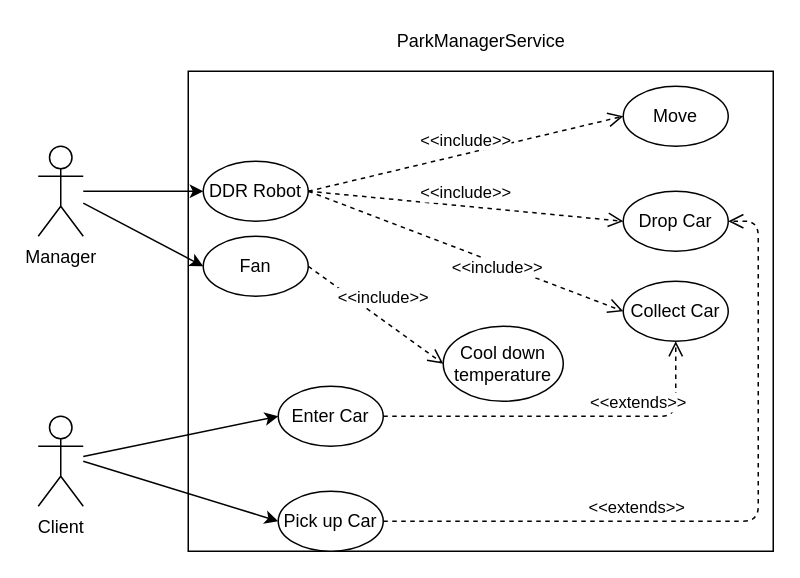
Above: userDocs/img/requirement_analysis_model.drawio in LM-96/ParkManagerService (draw.io), before the change. Source tidied: cells renumbered, new cells numbered last; positions are measured from the earlier drawing's top-left corner, leaving out a move shared by most shapes. Both pictures are drawn from the tidied source at 150%, with x=0, y=0 at pixel (38, 26).
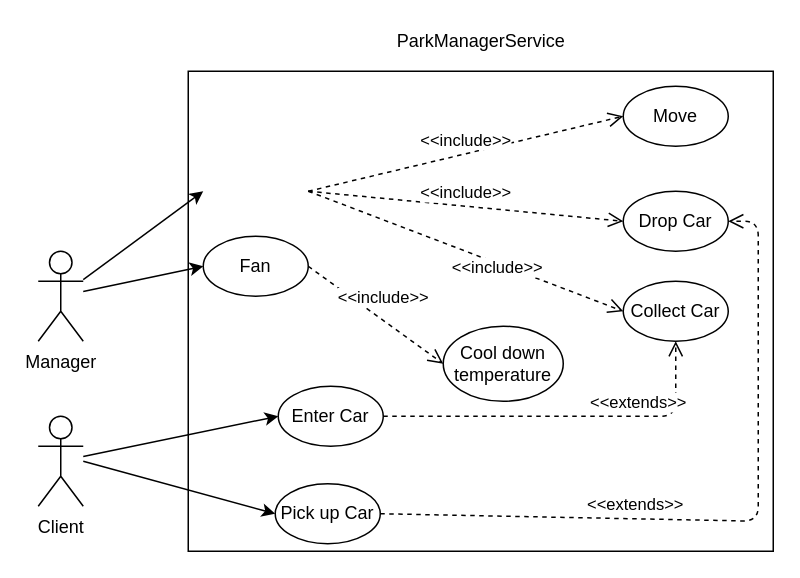
The same diagram, later.

Commit message (it also covers changes not shown here):
add elements in requirement analysis

The change refers to these unchanged cells:
```xml
<mxCell id="9" value="Collect Car" style="ellipse;whiteSpace=wrap;html=1;" parent="1" vertex="1">
  <mxGeometry x="390" y="170" width="70" height="40" as="geometry" />
</mxCell>
<mxCell id="10" value="Move" style="ellipse;whiteSpace=wrap;html=1;" parent="1" vertex="1">
  <mxGeometry x="390" y="40" width="70" height="40" as="geometry" />
</mxCell>
<mxCell id="20" value="Drop Car" style="ellipse;whiteSpace=wrap;html=1;" parent="1" vertex="1">
  <mxGeometry x="390" y="110" width="70" height="40" as="geometry" />
</mxCell>
```

The edit, as a diff of the source:
```diff
@@
     <mxCell id="6" value="Pick up Car" style="ellipse;whiteSpace=wrap;html=1;" parent="1" vertex="1">
-      <mxGeometry x="160" y="310" width="70" height="40" as="geometry" />
+      <mxGeometry x="158" y="305" width="70" height="40" as="geometry" />
     </mxCell>
     <mxCell id="7" value="Manager" style="shape=umlActor;verticalLabelPosition=bottom;verticalAlign=top;html=1;" parent="1" vertex="1">
-      <mxGeometry y="80" width="30" height="60" as="geometry" />
+      <mxGeometry y="150" width="30" height="60" as="geometry" />
     </mxCell>
-    <mxCell id="8" value="DDR Robot" style="ellipse;whiteSpace=wrap;html=1;" parent="1" vertex="1">
-      <mxGeometry x="110" y="90" width="70" height="40" as="geometry" />
-    </mxCell>
@@
-    <mxCell id="13" style="endArrow=classic;html=1;entryX=0;entryY=0.5;entryDx=0;entryDy=0;" parent="1" edge="1" source="7" target="8">
-      <mxGeometry relative="1" as="geometry" />
+    <mxCell id="13" style="endArrow=classic;html=1;entryX=0;entryY=0.5;entryDx=0;entryDy=0;" parent="1" edge="1" source="7">
+      <mxGeometry relative="1" as="geometry">
+        <mxPoint x="110" y="110" as="targetPoint" />
+      </mxGeometry>
     </mxCell>
@@
-    <mxCell id="17" value="&amp;lt;&amp;lt;include&amp;gt;&amp;gt;" style="html=1;verticalAlign=bottom;endArrow=open;dashed=1;endSize=8;exitX=1;exitY=0.5;exitDx=0;exitDy=0;entryX=0;entryY=0.5;entryDx=0;entryDy=0;" parent="1" edge="1" source="8" target="10">
-      <mxGeometry relative="1" as="geometry" />
+    <mxCell id="17" value="&amp;lt;&amp;lt;include&amp;gt;&amp;gt;" style="html=1;verticalAlign=bottom;endArrow=open;dashed=1;endSize=8;exitX=1;exitY=0.5;exitDx=0;exitDy=0;entryX=0;entryY=0.5;entryDx=0;entryDy=0;" parent="1" edge="1" target="10">
+      <mxGeometry relative="1" as="geometry">
+        <mxPoint x="180" y="110" as="sourcePoint" />
+      </mxGeometry>
     </mxCell>
@@
-    <mxCell id="19" value="&amp;lt;&amp;lt;include&amp;gt;&amp;gt;" style="html=1;verticalAlign=bottom;endArrow=open;dashed=1;endSize=8;exitX=1;exitY=0.5;exitDx=0;exitDy=0;entryX=0;entryY=0.5;entryDx=0;entryDy=0;" parent="1" edge="1" source="8" target="9">
-      <mxGeometry x="0.24" y="-11" relative="1" as="geometry" />
+    <mxCell id="19" value="&amp;lt;&amp;lt;include&amp;gt;&amp;gt;" style="html=1;verticalAlign=bottom;endArrow=open;dashed=1;endSize=8;exitX=1;exitY=0.5;exitDx=0;exitDy=0;entryX=0;entryY=0.5;entryDx=0;entryDy=0;" parent="1" edge="1" target="9">
+      <mxGeometry x="0.24" y="-11" relative="1" as="geometry">
+        <mxPoint x="180" y="110" as="sourcePoint" />
+      </mxGeometry>
     </mxCell>
@@
-    <mxCell id="21" value="&amp;lt;&amp;lt;include&amp;gt;&amp;gt;" style="html=1;verticalAlign=bottom;endArrow=open;dashed=1;endSize=8;exitX=1;exitY=0.5;exitDx=0;exitDy=0;entryX=0;entryY=0.5;entryDx=0;entryDy=0;" parent="1" edge="1" source="8" target="20">
-      <mxGeometry relative="1" as="geometry" />
+    <mxCell id="21" value="&amp;lt;&amp;lt;include&amp;gt;&amp;gt;" style="html=1;verticalAlign=bottom;endArrow=open;dashed=1;endSize=8;exitX=1;exitY=0.5;exitDx=0;exitDy=0;entryX=0;entryY=0.5;entryDx=0;entryDy=0;" parent="1" edge="1" target="20">
+      <mxGeometry relative="1" as="geometry">
+        <mxPoint x="180" y="110" as="sourcePoint" />
+      </mxGeometry>
     </mxCell>
```
